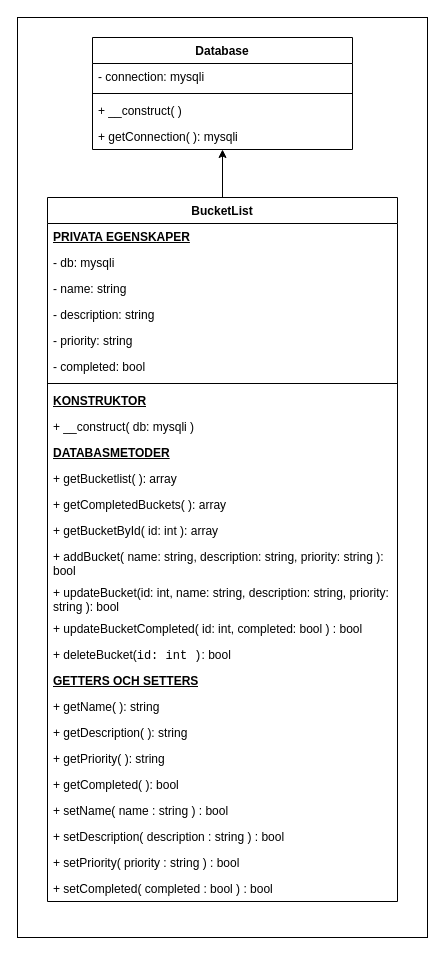
The draw.io diagram docs/UML-diagram.drawio in fredrikastjernlof/Laboration-2---Introduktion-till-PHP, before the edit. Source tidied: cells renumbered, new cells numbered last; positions are measured from the earlier drawing's top-left corner, leaving out a move shared by most shapes. Both pictures are drawn from the tidied source at 100%, with x=0, y=0 at pixel (17, 17).
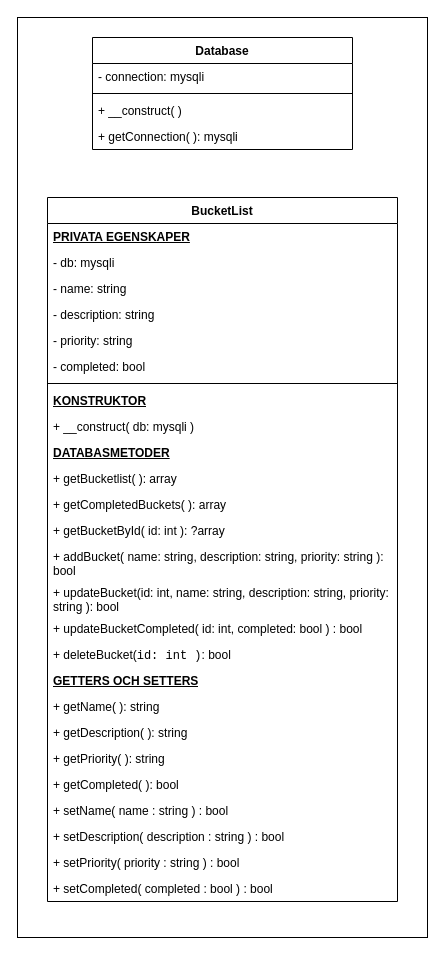
The same diagram, later.

Commit message (it also covers changes not shown here):
Update UML class diagram

The change refers to these unchanged cells:
```xml
<mxCell id="7" value="+ getConnection( ): mysqli" style="text;strokeColor=none;fillColor=none;align=left;verticalAlign=top;spacingLeft=4;spacingRight=4;overflow=hidden;points=[[0,0.5],[1,0.5]];portConstraint=eastwest;whiteSpace=wrap;html=1;" parent="3" vertex="1">
  <mxGeometry y="86" width="260" height="26" as="geometry" />
</mxCell>
<mxCell id="9" value="BucketList&lt;div&gt;&lt;br&gt;&lt;/div&gt;" style="swimlane;fontStyle=1;align=center;verticalAlign=top;horizontal=1;startSize=26;whiteSpace=wrap;html=1;" parent="1" vertex="1">
  <mxGeometry x="30" y="180" width="350" height="704" as="geometry" />
</mxCell>
```

What changed in the source:
```diff
@@
-    <mxCell id="8" style="edgeStyle=none;html=1;flowAnimation=1;" parent="1" edge="1" source="9" target="7">
-      <mxGeometry relative="1" as="geometry" />
-    </mxCell>
@@
-    <mxCell id="22" value="+ getBucketById( id: int ): array" style="text;strokeColor=none;fillColor=none;align=left;verticalAlign=top;spacingLeft=4;spacingRight=4;overflow=hidden;whiteSpace=wrap;html=1;" parent="9" vertex="1">
+    <mxCell id="22" value="+ getBucketById( id: int ): ?array" style="text;strokeColor=none;fillColor=none;align=left;verticalAlign=top;spacingLeft=4;spacingRight=4;overflow=hidden;whiteSpace=wrap;html=1;" parent="9" vertex="1">
       <mxGeometry y="320" width="350" height="26" as="geometry" />
     </mxCell>
```
